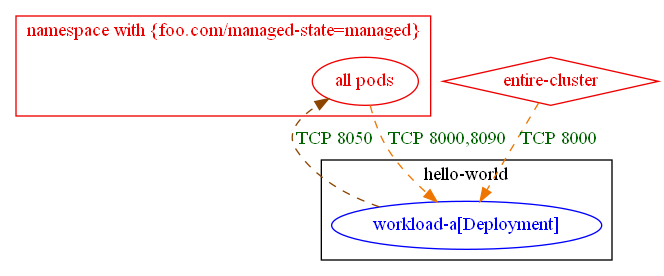
Before: test_outputs/connlist/exposure_test_same_unmatched_rule_in_ingress_egress_connlist_output.dot.png, a diagram exported from Graphviz (np-guard/netpol-analyzer). Its source is kept beside it as test_outputs/connlist/exposure_test_same_unmatched_rule_in_ingress_egress_connlist_output.dot.
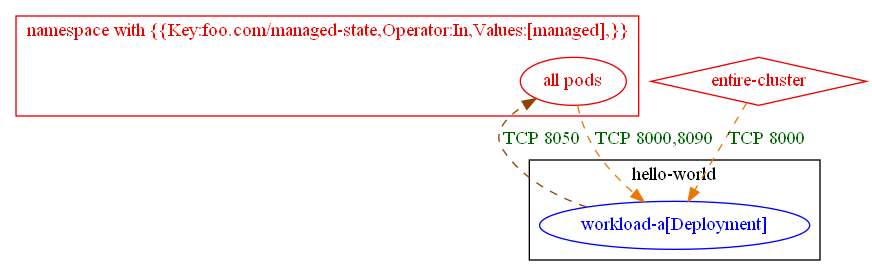
The same diagram one commit later.

What changed in the source:
```diff
@@ -5,14 +5,14 @@
 		"hello-world/workload-a[Deployment]" [label="workload-a[Deployment]" color="blue" fontcolor="blue"]
 		label="hello-world"
 	}
-	subgraph "cluster_namespace with {foo.com/managed_state=managed}" {
+	subgraph "cluster_namespace with {{Key:foo.com/managed_state,Operator:In,Values:[managed],}}" {
 		color="red2"
 		fontcolor="red2"
-		"all pods_in_namespace with {foo.com/managed-state=managed}" [label="all pods" color="red2" fontcolor="red2"]
-		label="namespace with {foo.com/managed-state=managed}"
+		"all pods_in_namespace with {{Key:foo.com/managed-state,Operator:In,Values:[managed],}}" [label="all pods" color="red2" fontcolor="red2"]
+		label="namespace with {{Key:foo.com/managed-state,Operator:In,Values:[managed],}}"
 	}
 	"entire-cluster" [label="entire-cluster" color="red2" fontcolor="red2" shape=diamond]
-	"all pods_in_namespace with {foo.com/managed-state=managed}" -> "hello-world/workload-a[Deployment]" [label="TCP 8000,8090" color="darkorange2" fontcolor="darkgreen" weight=1 style=dashed]
+	"all pods_in_namespace with {{Key:foo.com/managed-state,Operator:In,Values:[managed],}}" -> "hello-world/workload-a[Deployment]" [label="TCP 8000,8090" color="darkorange2" fontcolor="darkgreen" weight=1 style=dashed]
 	"entire-cluster" -> "hello-world/workload-a[Deployment]" [label="TCP 8000" color="darkorange2" fontcolor="darkgreen" weight=1 style=dashed]
-	"hello-world/workload-a[Deployment]" -> "all pods_in_namespace with {foo.com/managed-state=managed}" [label="TCP 8050" color="darkorange4" fontcolor="darkgreen" weight=0.5 style=dashed]
+	"hello-world/workload-a[Deployment]" -> "all pods_in_namespace with {{Key:foo.com/managed-state,Operator:In,Values:[managed],}}" [label="TCP 8050" color="darkorange4" fontcolor="darkgreen" weight=0.5 style=dashed]
 }
```
